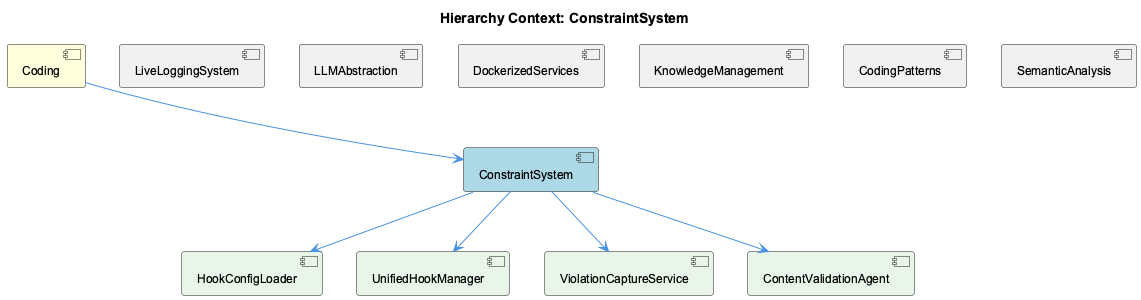
Before: knowledge-management/insights/images/constraint-system-relationship.png, a diagram exported from PlantUML (fwornle/coding).
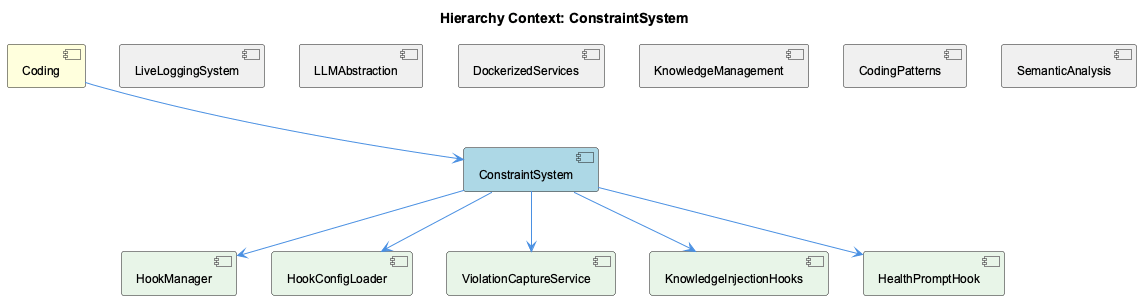
Later version of the same file.

The edit, as a diff of the source:
```diff
@@ -11,10 +11,11 @@
 [KnowledgeManagement] as knowledge_management #F0F0F0
 [CodingPatterns] as coding_patterns #F0F0F0
 [SemanticAnalysis] as semantic_analysis #F0F0F0
+[HookManager] as hook_manager #E8F5E8
 [HookConfigLoader] as hook_config_loader #E8F5E8
-[UnifiedHookManager] as unified_hook_manager #E8F5E8
 [ViolationCaptureService] as violation_capture_service #E8F5E8
-[ContentValidationAgent] as content_validation_agent #E8F5E8
+[KnowledgeInjectionHooks] as knowledge_injection_hooks #E8F5E8
+[HealthPromptHook] as health_prompt_hook #E8F5E8
 
 coding --> constraint_system
 live_logging_system -[hidden]- constraint_system
@@ -23,9 +24,10 @@
 knowledge_management -[hidden]- constraint_system
 coding_patterns -[hidden]- constraint_system
 semantic_analysis -[hidden]- constraint_system
+constraint_system --> hook_manager
 constraint_system --> hook_config_loader
-constraint_system --> unified_hook_manager
 constraint_system --> violation_capture_service
-constraint_system --> content_validation_agent
+constraint_system --> knowledge_injection_hooks
+constraint_system --> health_prompt_hook
 
 @enduml
```
